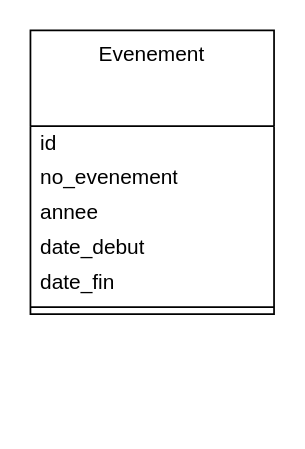
Above: nosql.drawio in Kaji17/Diagramme-UML (draw.io), before the change. Source tidied: cells renumbered, new cells numbered last; positions are measured from the earlier drawing's top-left corner, leaving out a move shared by most shapes. Both pictures are drawn from the tidied source at 174%, with x=0, y=0 at pixel (30, 30).
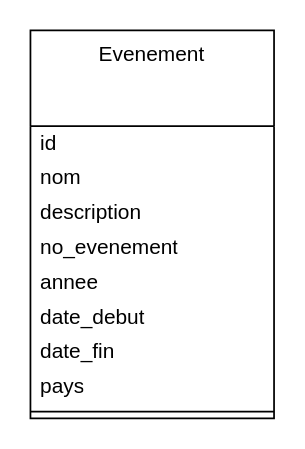
After the change.

Commit message (it also covers changes not shown here):
Mettre à jour nosql.drawio

What changed in the source:
```diff
@@
 <mxGraphModel>
   <root>
     <mxCell id="0" />
     <mxCell id="1" parent="0" />
     <mxCell id="2" value="Evenement" style="swimlane;fontStyle=0;align=center;verticalAlign=top;horizontal=1;startSize=55;html=1;whiteSpace=wrap;" parent="1" vertex="1">
-      <mxGeometry width="140" height="163" as="geometry" />
+      <mxGeometry width="140" height="223" as="geometry" />
     </mxCell>
     <mxCell id="3" value="id" style="text;html=1;strokeColor=none;fillColor=none;align=left;verticalAlign=middle;spacingLeft=4;spacingRight=4;overflow=hidden;whiteSpace=wrap;" parent="2" vertex="1">
       <mxGeometry y="55" width="140" height="20" as="geometry" />
     </mxCell>
+    <mxCell id="9" value="nom" style="text;html=1;strokeColor=none;fillColor=none;align=left;verticalAlign=middle;spacingLeft=4;spacingRight=4;overflow=hidden;whiteSpace=wrap;" parent="2" vertex="1">
+      <mxGeometry y="75" width="140" height="20" as="geometry" />
+    </mxCell>
+    <mxCell id="10" value="description" style="text;html=1;strokeColor=none;fillColor=none;align=left;verticalAlign=middle;spacingLeft=4;spacingRight=4;overflow=hidden;whiteSpace=wrap;" parent="2" vertex="1">
+      <mxGeometry y="95" width="140" height="20" as="geometry" />
+    </mxCell>
     <mxCell id="4" value="no_evenement" style="text;html=1;strokeColor=none;fillColor=none;align=left;verticalAlign=middle;spacingLeft=4;spacingRight=4;overflow=hidden;whiteSpace=wrap;" parent="2" vertex="1">
-      <mxGeometry y="75" width="140" height="20" as="geometry" />
+      <mxGeometry y="115" width="140" height="20" as="geometry" />
     </mxCell>
     <mxCell id="5" value="annee" style="text;html=1;strokeColor=none;fillColor=none;align=left;verticalAlign=middle;spacingLeft=4;spacingRight=4;overflow=hidden;whiteSpace=wrap;" parent="2" vertex="1">
-      <mxGeometry y="95" width="140" height="20" as="geometry" />
+      <mxGeometry y="135" width="140" height="20" as="geometry" />
     </mxCell>
     <mxCell id="6" value="date_debut" style="text;html=1;strokeColor=none;fillColor=none;align=left;verticalAlign=middle;spacingLeft=4;spacingRight=4;overflow=hidden;whiteSpace=wrap;" parent="2" vertex="1">
-      <mxGeometry y="115" width="140" height="20" as="geometry" />
+      <mxGeometry y="155" width="140" height="20" as="geometry" />
     </mxCell>
     <mxCell id="7" value="date_fin" style="text;html=1;strokeColor=none;fillColor=none;align=left;verticalAlign=middle;spacingLeft=4;spacingRight=4;overflow=hidden;whiteSpace=wrap;" parent="2" vertex="1">
-      <mxGeometry y="135" width="140" height="20" as="geometry" />
+      <mxGeometry y="175" width="140" height="20" as="geometry" />
     </mxCell>
+    <mxCell id="11" value="pays" style="text;html=1;strokeColor=none;fillColor=none;align=left;verticalAlign=middle;spacingLeft=4;spacingRight=4;overflow=hidden;whiteSpace=wrap;" parent="2" vertex="1">
+      <mxGeometry y="195" width="140" height="20" as="geometry" />
+    </mxCell>
     <mxCell id="8" style="line;strokeWidth=1;fillColor=none;align=left;verticalAlign=middle;spacingTop=-1;spacingLeft=3;spacingRight=3;labelPosition=right;" parent="2" vertex="1">
-      <mxGeometry y="155" width="140" height="8" as="geometry" />
+      <mxGeometry y="215" width="140" height="8" as="geometry" />
     </mxCell>
   </root>
 </mxGraphModel>
```
